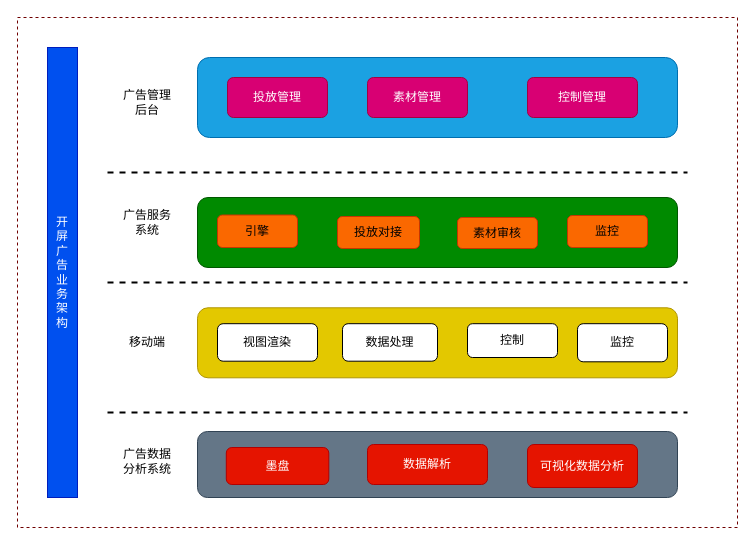
HengqianSong/drawIO keeps this draw.io diagram as moji/开屏业务架构.drawio. Above is the earlier version. Source tidied: cells renumbered, new cells numbered last; positions are measured from the earlier drawing's top-left corner, leaving out a move shared by most shapes. Both pictures are drawn from the tidied source at 100%, with x=0, y=0 at pixel (17, 17).
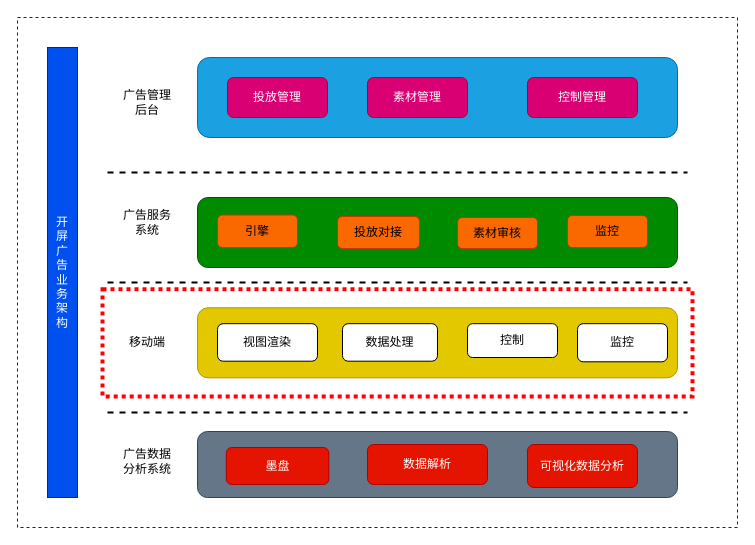
The same diagram, later.

Commit message:
更新开屏业务架构.drawio

What changed in the source:
```diff
@@
+    <mxCell id="29" style="rounded=0;whiteSpace=wrap;html=1;fillColor=none;dashed=1;dashPattern=1 1;strokeWidth=4;strokeColor=#FF0000;" parent="1" vertex="1">
+      <mxGeometry x="85" y="271.7" width="590" height="107.2" as="geometry" />
+    </mxCell>
```
